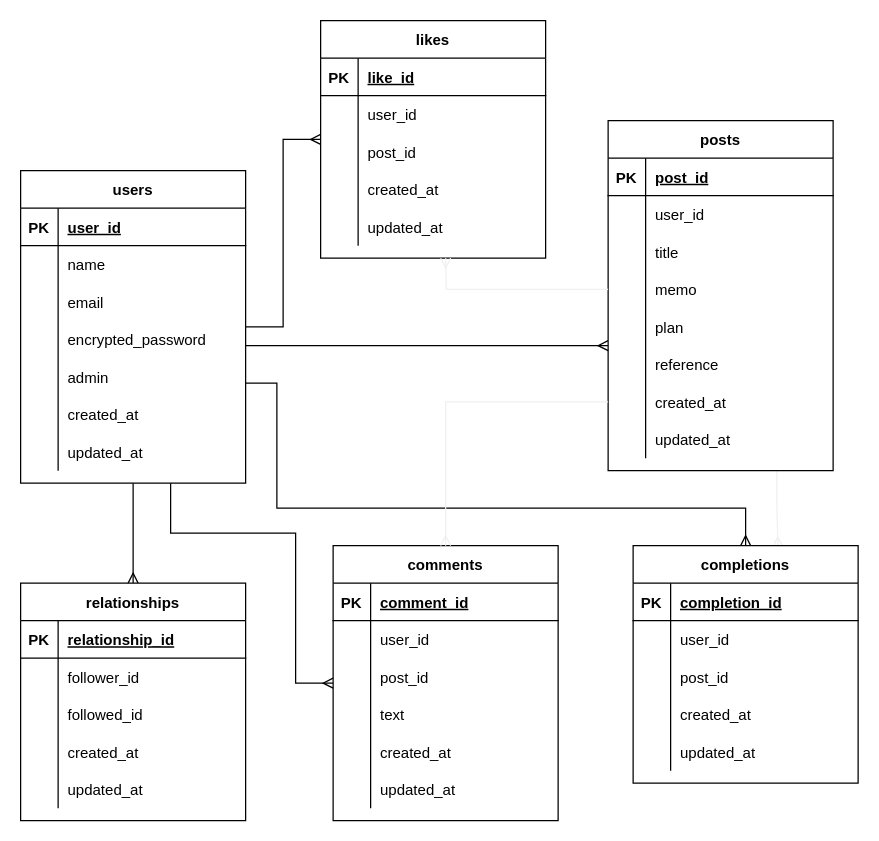
yohei95/book_app keeps this draw.io diagram as book.dio. Above is the earlier version. Source tidied: cells renumbered, new cells numbered last; positions are measured from the earlier drawing's top-left corner, leaving out a move shared by most shapes. Both pictures are drawn from the tidied source at 125%, with x=0, y=0 at pixel (20, 20).
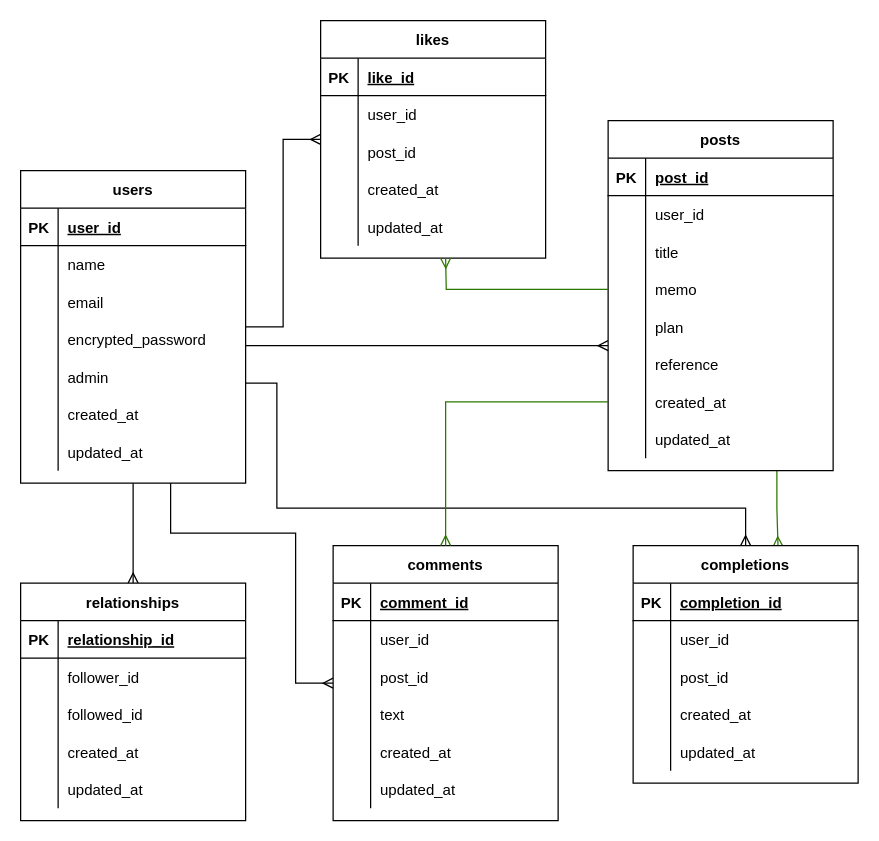
Above is the later version.

The change refers to these unchanged cells:
```xml
<mxCell id="30" value="posts" style="shape=table;startSize=30;childLayout=tableLayout;rowLines=0;fontStyle=1;align=center;" parent="1" vertex="1">
  <mxGeometry x="470" y="80" width="180" height="280" as="geometry" />
</mxCell>
<mxCell id="40" style="shape=partialRectangle;fillColor=none;top=0;left=0;bottom=0;right=0;points=[[0,0.5],[1,0.5]];portConstraint=eastwest;" parent="30" vertex="1">
  <mxGeometry y="120" width="180" height="30" as="geometry" />
</mxCell>
<mxCell id="49" style="shape=partialRectangle;fillColor=none;top=0;left=0;bottom=0;right=0;points=[[0,0.5],[1,0.5]];portConstraint=eastwest;" parent="30" vertex="1">
  <mxGeometry y="210" width="180" height="30" as="geometry" />
</mxCell>
<mxCell id="71" value="completions" style="shape=table;startSize=30;childLayout=tableLayout;rowLines=0;fontStyle=1;align=center;" parent="1" vertex="1">
  <mxGeometry x="490" y="420" width="180" height="190" as="geometry" />
</mxCell>
<mxCell id="87" value="comments" style="shape=table;startSize=30;childLayout=tableLayout;rowLines=0;fontStyle=1;align=center;" parent="1" vertex="1">
  <mxGeometry x="250" y="420" width="180" height="220" as="geometry" />
</mxCell>
```

The edit, as a diff of the source:
```diff
@@
-    <mxCell id="29" style="edgeStyle=orthogonalEdgeStyle;rounded=0;jettySize=auto;html=1;exitX=0.75;exitY=1;exitDx=0;exitDy=0;entryX=0.644;entryY=0.005;entryDx=0;entryDy=0;entryPerimeter=0;endArrow=ERmany;endFill=0;strokeColor=#f0f0f0;" parent="1" edge="1" source="30" target="71">
+    <mxCell id="29" style="edgeStyle=orthogonalEdgeStyle;rounded=0;jettySize=auto;html=1;exitX=0.75;exitY=1;exitDx=0;exitDy=0;entryX=0.644;entryY=0.005;entryDx=0;entryDy=0;entryPerimeter=0;endArrow=ERmany;endFill=0;strokeColor=#2D7600;fillColor=#60a917;" parent="1" edge="1" source="30" target="71">
       <mxGeometry relative="1" as="geometry">
         <Array as="points">
           <mxPoint x="605" y="390" />
         </Array>
       </mxGeometry>
     </mxCell>
@@
-    <mxCell id="122" style="edgeStyle=orthogonalEdgeStyle;rounded=0;jettySize=auto;html=1;exitX=0;exitY=0.5;exitDx=0;exitDy=0;endArrow=ERmany;endFill=0;strokeColor=#f0f0f0;" parent="1" edge="1" source="40">
+    <mxCell id="122" style="edgeStyle=orthogonalEdgeStyle;rounded=0;jettySize=auto;html=1;exitX=0;exitY=0.5;exitDx=0;exitDy=0;endArrow=ERmany;endFill=0;fillColor=#60a917;strokeColor=#2D7600;" parent="1" edge="1" source="40">
       <mxGeometry relative="1" as="geometry">
         <mxPoint x="340" y="190" as="targetPoint" />
       </mxGeometry>
     </mxCell>
-    <mxCell id="123" style="edgeStyle=orthogonalEdgeStyle;rounded=0;jettySize=auto;html=1;exitX=0;exitY=0.5;exitDx=0;exitDy=0;entryX=0.5;entryY=0;entryDx=0;entryDy=0;endArrow=ERmany;endFill=0;strokeColor=#f0f0f0;" parent="1" edge="1" source="49" target="87">
+    <mxCell id="123" style="edgeStyle=orthogonalEdgeStyle;rounded=0;jettySize=auto;html=1;exitX=0;exitY=0.5;exitDx=0;exitDy=0;entryX=0.5;entryY=0;entryDx=0;entryDy=0;endArrow=ERmany;endFill=0;strokeColor=#2D7600;fillColor=#60a917;" parent="1" edge="1" source="49" target="87">
       <mxGeometry relative="1" as="geometry" />
     </mxCell>
```
